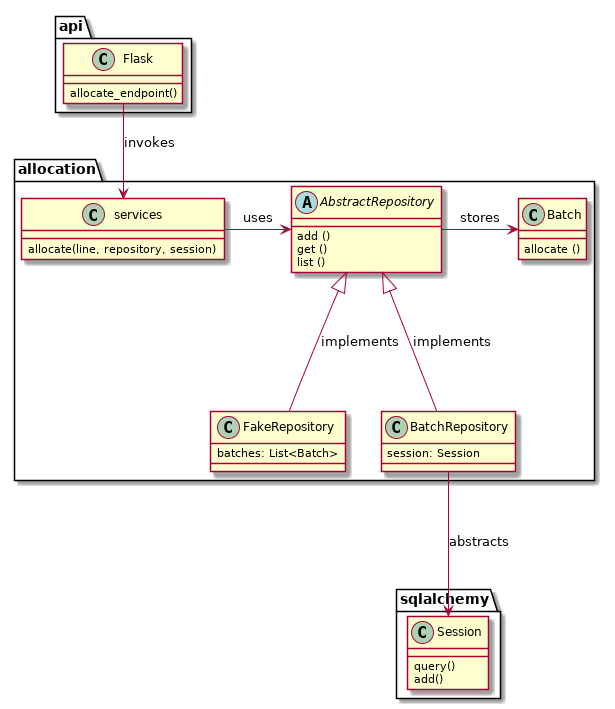
This is images/chapter_03_class_diagram.png from cosmicpython/book, a PlantUML export, as it was before one commit.
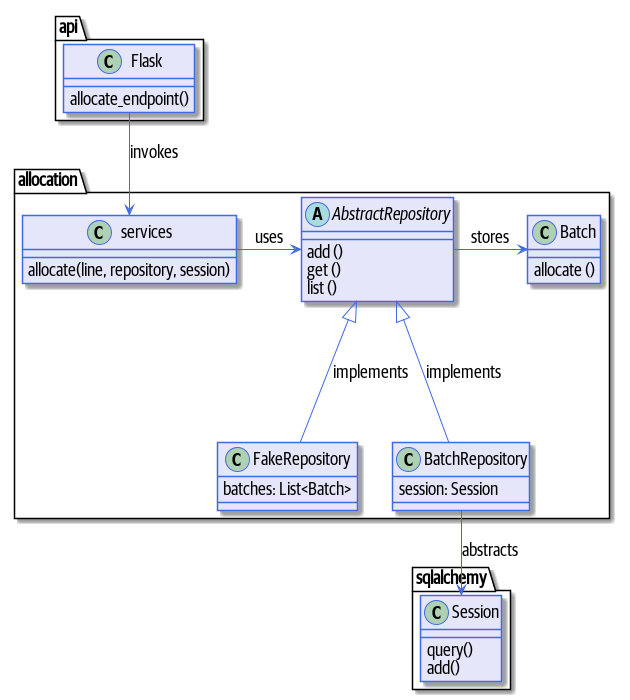
The same diagram one commit later.

The edit, as a diff of the source:
```diff
@@ -1,4 +1,26 @@
 @startuml
+skinparam default {
+    FontName Guardian Sans Cond Regular
+    FontSize 18
+    FontColor Black
+    Padding 100
+}
+
+skinparam class {
+    BackgroundColor Lavender
+    BorderColor RoyalBlue
+}
+
+skinparam sequencelifeline {
+    BorderColor RoyalBlue
+}
+skinparam arrow {
+    Color RoyalBlue
+}
+skinparam participant {
+    BackgroundColor Lavender
+    BorderColor RoyalBlue
+}
 
 package api {
 
@@ -48,5 +70,5 @@
 AbstractRepository <|-- BatchRepository : implements
 Flask --> services : invokes
 
-BatchRepository ---> Session : abstracts
+BatchRepository --> Session : abstracts
 @enduml
```
